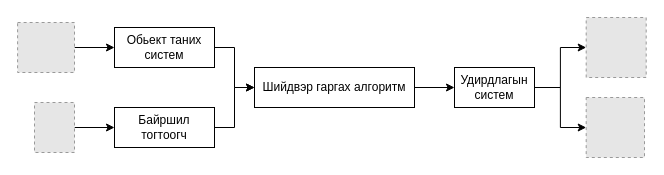
This is diagrams/robot-structure.drawio from molor824/NMCT-Thesis, a draw.io file, before an edit. Source tidied: cells renumbered, new cells numbered last; positions are measured from the earlier drawing's top-left corner, leaving out a move shared by most shapes. Both pictures are drawn from the tidied source at 100%, with x=0, y=0 at pixel (17, 17). Pictures stored in the file or linked from it are replaced by grey dashed boxes.
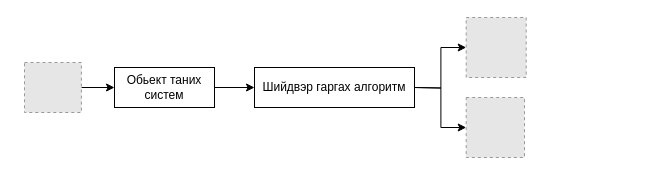
Above is the later version.

What changed in the source:
```diff
@@
 <mxGraphModel background="#ffffff">
   <root>
     <mxCell id="0" />
     <mxCell id="1" parent="0" />
     <mxCell id="2" style="edgeStyle=orthogonalEdgeStyle;shape=connector;rounded=0;jettySize=auto;html=1;exitX=1;exitY=0.5;exitDx=0;exitDy=0;entryX=0;entryY=0.5;entryDx=0;entryDy=0;strokeColor=#000000;align=center;verticalAlign=middle;fontFamily=Helvetica;fontSize=12;fontColor=#000000;labelBackgroundColor=default;endArrow=classic;" parent="1" edge="1" source="3" target="4">
       <mxGeometry relative="1" as="geometry" />
     </mxCell>
     <mxCell id="3" value="Обьект таних систем" style="rounded=0;whiteSpace=wrap;html=1;fillColor=none;strokeColor=#000000;fontColor=#000000;" parent="1" vertex="1">
-      <mxGeometry x="97" y="10" width="100" height="40" as="geometry" />
+      <mxGeometry x="97" y="50" width="100" height="40" as="geometry" />
     </mxCell>
     <mxCell id="4" value="Шийдвэр гаргах алгоритм" style="rounded=0;whiteSpace=wrap;html=1;fillColor=none;strokeColor=#000000;fontColor=#000000;" parent="1" vertex="1">
       <mxGeometry x="237" y="50" width="160" height="40" as="geometry" />
     </mxCell>
-    <mxCell id="5" style="edgeStyle=orthogonalEdgeStyle;shape=connector;rounded=0;jettySize=auto;html=1;exitX=1;exitY=0.5;exitDx=0;exitDy=0;entryX=0;entryY=0.5;entryDx=0;entryDy=0;strokeColor=#000000;align=center;verticalAlign=middle;fontFamily=Helvetica;fontSize=12;fontColor=#000000;labelBackgroundColor=default;endArrow=classic;" parent="1" edge="1" source="6" target="4">
-      <mxGeometry relative="1" as="geometry" />
-    </mxCell>
-    <mxCell id="6" value="Байршил тогтоогч" style="rounded=0;whiteSpace=wrap;html=1;fillColor=none;strokeColor=#000000;fontColor=#000000;" parent="1" vertex="1">
-      <mxGeometry x="97" y="90" width="100" height="40" as="geometry" />
-    </mxCell>
-    <mxCell id="7" style="edgeStyle=orthogonalEdgeStyle;shape=connector;rounded=0;jettySize=auto;html=1;exitX=1;exitY=0.5;exitDx=0;exitDy=0;entryX=0;entryY=0.5;entryDx=0;entryDy=0;strokeColor=#000000;align=center;verticalAlign=middle;fontFamily=Helvetica;fontSize=12;fontColor=#000000;labelBackgroundColor=default;endArrow=classic;" parent="1" edge="1" source="9" target="15">
-      <mxGeometry relative="1" as="geometry" />
+    <mxCell id="7" style="edgeStyle=orthogonalEdgeStyle;shape=connector;rounded=0;jettySize=auto;html=1;exitX=1;exitY=0.5;exitDx=0;exitDy=0;entryX=0;entryY=0.5;entryDx=0;entryDy=0;strokeColor=#000000;align=center;verticalAlign=middle;fontFamily=Helvetica;fontSize=12;fontColor=#000000;labelBackgroundColor=default;endArrow=classic;" parent="1" edge="1" target="15">
+      <mxGeometry relative="1" as="geometry">
+        <mxPoint x="397" y="70" as="sourcePoint" />
+      </mxGeometry>
     </mxCell>
-    <mxCell id="8" style="edgeStyle=orthogonalEdgeStyle;shape=connector;rounded=0;jettySize=auto;html=1;exitX=1;exitY=0.5;exitDx=0;exitDy=0;entryX=0;entryY=0.5;entryDx=0;entryDy=0;strokeColor=#000000;align=center;verticalAlign=middle;fontFamily=Helvetica;fontSize=12;fontColor=#000000;labelBackgroundColor=default;endArrow=classic;" parent="1" edge="1" source="9" target="14">
-      <mxGeometry relative="1" as="geometry" />
+    <mxCell id="8" style="edgeStyle=orthogonalEdgeStyle;shape=connector;rounded=0;jettySize=auto;html=1;exitX=1;exitY=0.5;exitDx=0;exitDy=0;entryX=0;entryY=0.5;entryDx=0;entryDy=0;strokeColor=#000000;align=center;verticalAlign=middle;fontFamily=Helvetica;fontSize=12;fontColor=#000000;labelBackgroundColor=default;endArrow=classic;" parent="1" edge="1" target="14">
+      <mxGeometry relative="1" as="geometry">
+        <mxPoint x="397" y="70" as="sourcePoint" />
+      </mxGeometry>
     </mxCell>
-    <mxCell id="9" value="Удирдлагын систем" style="rounded=0;whiteSpace=wrap;html=1;strokeColor=#000000;align=center;verticalAlign=middle;fontFamily=Helvetica;fontSize=12;fontColor=#000000;fillColor=none;rotation=0;" parent="1" vertex="1">
-      <mxGeometry x="437" y="50" width="80" height="40" as="geometry" />
-    </mxCell>
     <mxCell id="10" style="edgeStyle=orthogonalEdgeStyle;shape=connector;rounded=0;jettySize=auto;html=1;exitX=1;exitY=0.5;exitDx=0;exitDy=0;entryX=0;entryY=0.5;entryDx=0;entryDy=0;strokeColor=#000000;align=center;verticalAlign=middle;fontFamily=Helvetica;fontSize=12;fontColor=#000000;labelBackgroundColor=default;endArrow=classic;" parent="1" edge="1" source="11" target="3">
       <mxGeometry relative="1" as="geometry" />
     </mxCell>
     <mxCell id="11" style="fillColor=#E6E6E6;strokeColor=#999999;dashed=1;verticalLabelPosition=bottom;labelBackgroundColor=default;verticalAlign=top;" parent="1" vertex="1">
-      <mxGeometry x="0.1" y="5" width="56.9" height="50" as="geometry" />
+      <mxGeometry x="7" y="45" width="56.9" height="50" as="geometry" />
     </mxCell>
-    <mxCell id="12" style="edgeStyle=orthogonalEdgeStyle;shape=connector;rounded=0;jettySize=auto;html=1;exitX=1;exitY=0.5;exitDx=0;exitDy=0;entryX=0;entryY=0.5;entryDx=0;entryDy=0;strokeColor=#000000;align=center;verticalAlign=middle;fontFamily=Helvetica;fontSize=12;fontColor=#000000;labelBackgroundColor=default;endArrow=classic;" parent="1" edge="1" source="13" target="6">
-      <mxGeometry relative="1" as="geometry" />
-    </mxCell>
-    <mxCell id="13" style="fillColor=#E6E6E6;strokeColor=#999999;dashed=1;verticalLabelPosition=bottom;labelBackgroundColor=default;verticalAlign=top;" parent="1" vertex="1">
-      <mxGeometry x="17" y="85" width="40" height="50" as="geometry" />
-    </mxCell>
     <mxCell id="14" style="fillColor=#E6E6E6;strokeColor=#999999;dashed=1;verticalLabelPosition=bottom;labelBackgroundColor=default;verticalAlign=top;" parent="1" vertex="1">
-      <mxGeometry x="568.7" y="80" width="58.3" height="60" as="geometry" />
+      <mxGeometry x="448.7" y="80" width="58.3" height="60" as="geometry" />
     </mxCell>
     <mxCell id="15" style="fillColor=#E6E6E6;strokeColor=#999999;dashed=1;verticalLabelPosition=bottom;labelBackgroundColor=default;verticalAlign=top;" parent="1" vertex="1">
-      <mxGeometry x="568.7" width="60" height="60" as="geometry" />
+      <mxGeometry x="448.7" width="60" height="60" as="geometry" />
     </mxCell>
-    <mxCell id="16" style="edgeStyle=orthogonalEdgeStyle;shape=connector;rounded=0;jettySize=auto;html=1;exitX=1;exitY=0.5;exitDx=0;exitDy=0;entryX=0;entryY=0.5;entryDx=0;entryDy=0;strokeColor=#000000;align=center;verticalAlign=middle;fontFamily=Helvetica;fontSize=12;fontColor=#000000;labelBackgroundColor=default;endArrow=classic;" parent="1" edge="1" source="4" target="9">
-      <mxGeometry relative="1" as="geometry" />
-    </mxCell>
   </root>
 </mxGraphModel>
```
